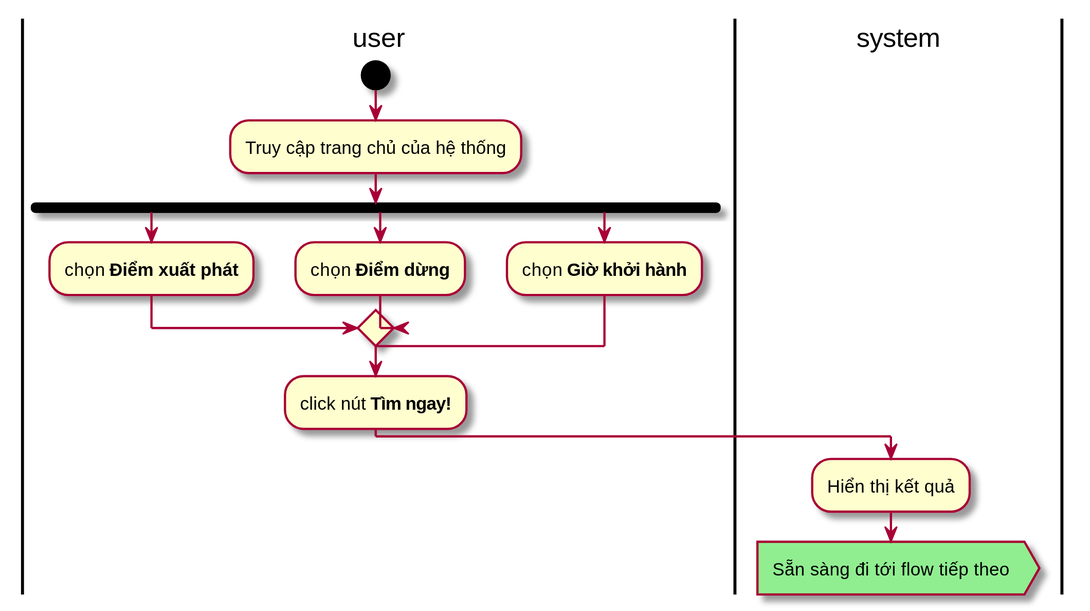
This is Documents/working/Giap/usecases_and_flow_charts/find_trip.svg from tungdduy/funixCP, a PlantUML export, as it was before one commit. Source of this version:
```plantuml
@startuml
skinparam dpi 200

|user|
start
:Truy cập trang chủ của hệ thống;
fork
	:chọn <b>Điểm xuất phát</b>;
fork again
	:chọn <b>Điểm dừng</b>;
fork again
	:chọn <b>Giờ khởi hành</b>;
end merge
:click nút <b>Tìm ngay!</b>;
|system|
:Hiển thị kết quả;
#lightgreen:Sẵn sàng đi tới flow tiếp theo>
@enduml
```
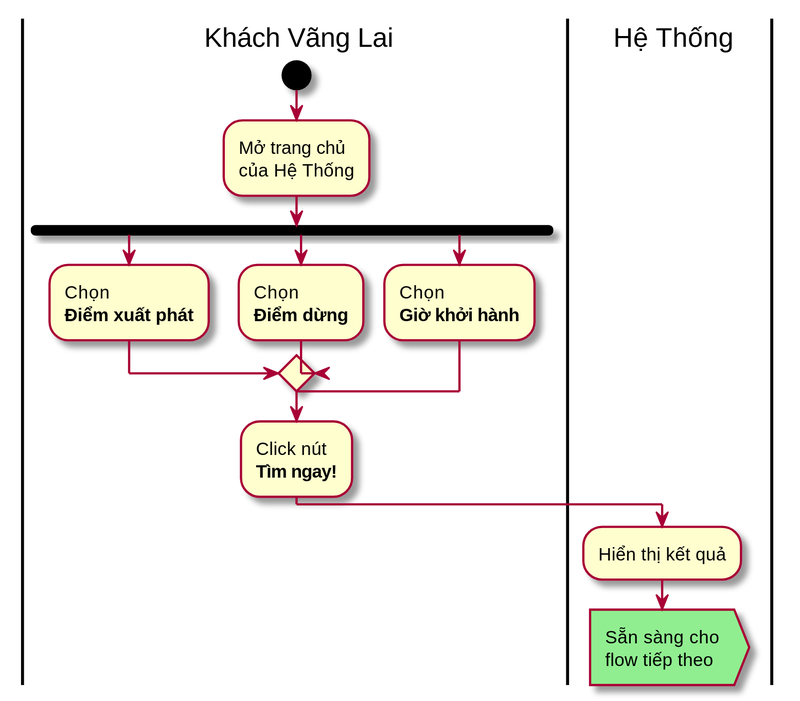
The same file after the commit.

The edit, as a diff of the source:
```diff
@@ -1,18 +1,27 @@
 @startuml
 skinparam dpi 200
 
-|user|
-start
-:Truy cập trang chủ của hệ thống;
-fork
-	:chọn <b>Điểm xuất phát</b>;
-fork again
-	:chọn <b>Điểm dừng</b>;
-fork again
-	:chọn <b>Giờ khởi hành</b>;
-end merge
-:click nút <b>Tìm ngay!</b>;
-|system|
-:Hiển thị kết quả;
-#lightgreen:Sẵn sàng đi tới flow tiếp theo>
+|User| Khách Vãng Lai
+	start
+	:Mở trang chủ
+	của Hệ Thống;
+	fork
+		:Chọn
+		<b>Điểm xuất phát</b>;
+	fork again
+		:Chọn
+		<b>Điểm dừng</b>;
+	fork again
+		:Chọn
+		<b>Giờ khởi hành</b>;
+	end merge
+		:Click nút
+		<b>Tìm ngay!</b>;
+
+|System| Hệ Thống
+
+	:Hiển thị kết quả;
+
+	#lightgreen:Sẵn sàng cho
+	flow tiếp theo>
 @enduml
```
